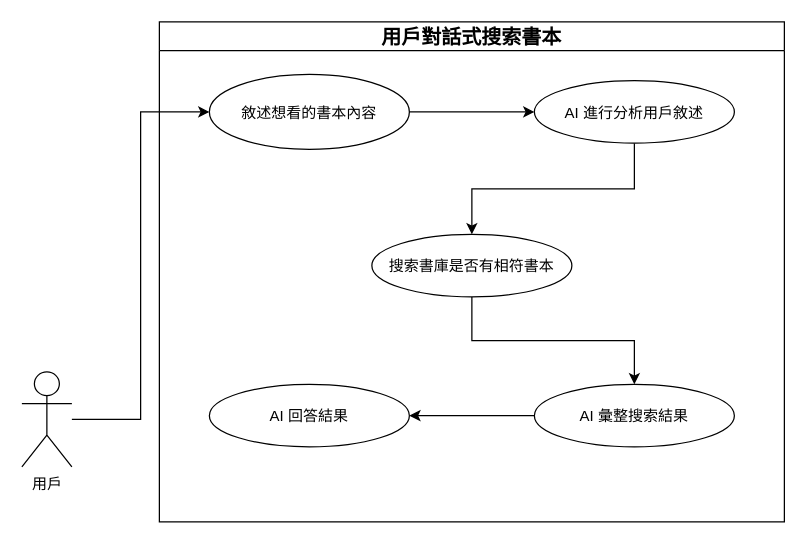
SparrowTen/OpenShop keeps this draw.io diagram as diagrams/AI客服系統.drawio. Above is the earlier version. Source tidied: cells renumbered, new cells numbered last; positions are measured from the earlier drawing's top-left corner, leaving out a move shared by most shapes. Both pictures are drawn from the tidied source at 125%, with x=0, y=0 at pixel (21, 21).
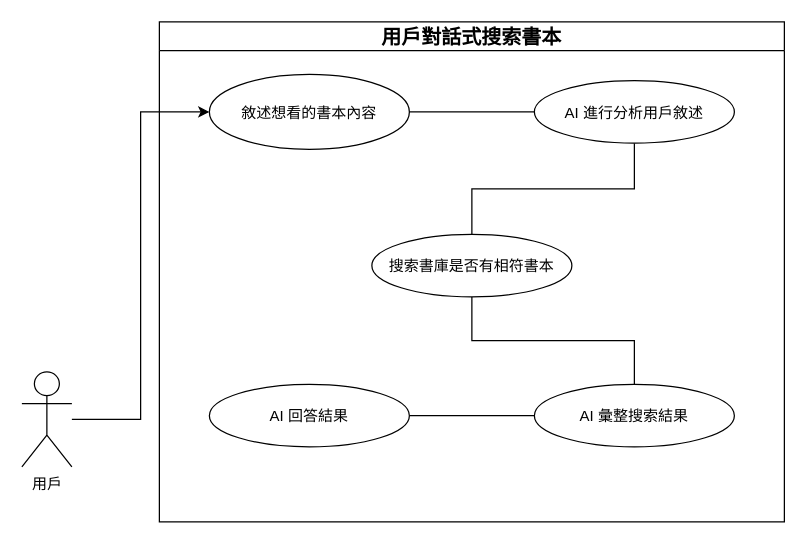
After the change.

Commit message (it also covers changes not shown here):
更新AI客服系統.drawio

Change to the diagram source:
```diff
@@
 <mxGraphModel>
   <root>
     <mxCell id="0" />
     <mxCell id="1" parent="0" />
     <mxCell id="2" style="edgeStyle=orthogonalEdgeStyle;rounded=0;jettySize=auto;html=1;entryX=0;entryY=0.5;entryDx=0;entryDy=0;fontSize=16;" parent="1" edge="1" source="3" target="6">
       <mxGeometry relative="1" as="geometry" />
     </mxCell>
     <mxCell id="3" value="用戶" style="shape=umlActor;verticalLabelPosition=bottom;verticalAlign=top;html=1;outlineConnect=0;" parent="1" vertex="1">
       <mxGeometry y="280" width="40" height="76" as="geometry" />
     </mxCell>
     <mxCell id="4" value="&lt;font style=&quot;font-size: 16px;&quot;&gt;用戶對話式搜索書本&lt;/font&gt;" style="swimlane;whiteSpace=wrap;html=1;" parent="1" vertex="1">
       <mxGeometry x="110" width="500" height="400" as="geometry" />
     </mxCell>
-    <mxCell id="5" style="edgeStyle=orthogonalEdgeStyle;rounded=0;jettySize=auto;html=1;exitX=1;exitY=0.5;exitDx=0;exitDy=0;fontSize=14;" parent="4" edge="1" source="6" target="8">
+    <mxCell id="5" style="edgeStyle=orthogonalEdgeStyle;rounded=0;jettySize=auto;html=1;exitX=1;exitY=0.5;exitDx=0;exitDy=0;fontSize=14;endArrow=none;endFill=0;" parent="4" edge="1" source="6" target="8">
       <mxGeometry relative="1" as="geometry" />
     </mxCell>
     <mxCell id="6" value="&lt;span style=&quot;font-size: 12px;&quot;&gt;敘述想看的書本內容&lt;/span&gt;" style="ellipse;whiteSpace=wrap;html=1;fontSize=14;" parent="4" vertex="1">
       <mxGeometry x="40" y="42" width="160" height="60" as="geometry" />
     </mxCell>
-    <mxCell id="7" style="edgeStyle=orthogonalEdgeStyle;rounded=0;jettySize=auto;html=1;exitX=0.5;exitY=1;exitDx=0;exitDy=0;fontSize=14;" parent="4" edge="1" source="8" target="10">
+    <mxCell id="7" style="edgeStyle=orthogonalEdgeStyle;rounded=0;jettySize=auto;html=1;exitX=0.5;exitY=1;exitDx=0;exitDy=0;fontSize=14;endArrow=none;endFill=0;" parent="4" edge="1" source="8" target="10">
       <mxGeometry relative="1" as="geometry" />
     </mxCell>
     <mxCell id="8" value="&lt;span style=&quot;font-size: 12px;&quot;&gt;AI 進行分析用戶敘述&lt;/span&gt;" style="ellipse;whiteSpace=wrap;html=1;fontSize=14;" parent="4" vertex="1">
       <mxGeometry x="300" y="47" width="160" height="50" as="geometry" />
     </mxCell>
-    <mxCell id="9" style="edgeStyle=orthogonalEdgeStyle;rounded=0;jettySize=auto;html=1;exitX=0.5;exitY=1;exitDx=0;exitDy=0;entryX=0.5;entryY=0;entryDx=0;entryDy=0;fontSize=14;" parent="4" edge="1" source="10" target="12">
+    <mxCell id="9" style="edgeStyle=orthogonalEdgeStyle;rounded=0;jettySize=auto;html=1;exitX=0.5;exitY=1;exitDx=0;exitDy=0;entryX=0.5;entryY=0;entryDx=0;entryDy=0;fontSize=14;endArrow=none;endFill=0;" parent="4" edge="1" source="10" target="12">
       <mxGeometry relative="1" as="geometry" />
     </mxCell>
     <mxCell id="10" value="&lt;span style=&quot;font-size: 12px;&quot;&gt;搜索書庫是否有相符書本&lt;/span&gt;" style="ellipse;whiteSpace=wrap;html=1;fontSize=14;" parent="4" vertex="1">
       <mxGeometry x="170" y="170" width="160" height="50" as="geometry" />
     </mxCell>
-    <mxCell id="11" style="edgeStyle=orthogonalEdgeStyle;rounded=0;jettySize=auto;html=1;exitX=0;exitY=0.5;exitDx=0;exitDy=0;fontSize=14;" parent="4" edge="1" source="12" target="13">
+    <mxCell id="11" style="edgeStyle=orthogonalEdgeStyle;rounded=0;jettySize=auto;html=1;exitX=0;exitY=0.5;exitDx=0;exitDy=0;fontSize=14;endArrow=none;endFill=0;" parent="4" edge="1" source="12" target="13">
       <mxGeometry relative="1" as="geometry" />
     </mxCell>
     <mxCell id="12" value="&lt;span style=&quot;font-size: 12px;&quot;&gt;AI 彙整搜索結果&lt;/span&gt;" style="ellipse;whiteSpace=wrap;html=1;fontSize=14;" parent="4" vertex="1">
       <mxGeometry x="300" y="290" width="160" height="50" as="geometry" />
     </mxCell>
     <mxCell id="13" value="&lt;span style=&quot;font-size: 12px;&quot;&gt;AI 回答結果&lt;/span&gt;" style="ellipse;whiteSpace=wrap;html=1;fontSize=14;" parent="4" vertex="1">
       <mxGeometry x="40" y="290" width="160" height="50" as="geometry" />
     </mxCell>
   </root>
 </mxGraphModel>
```
